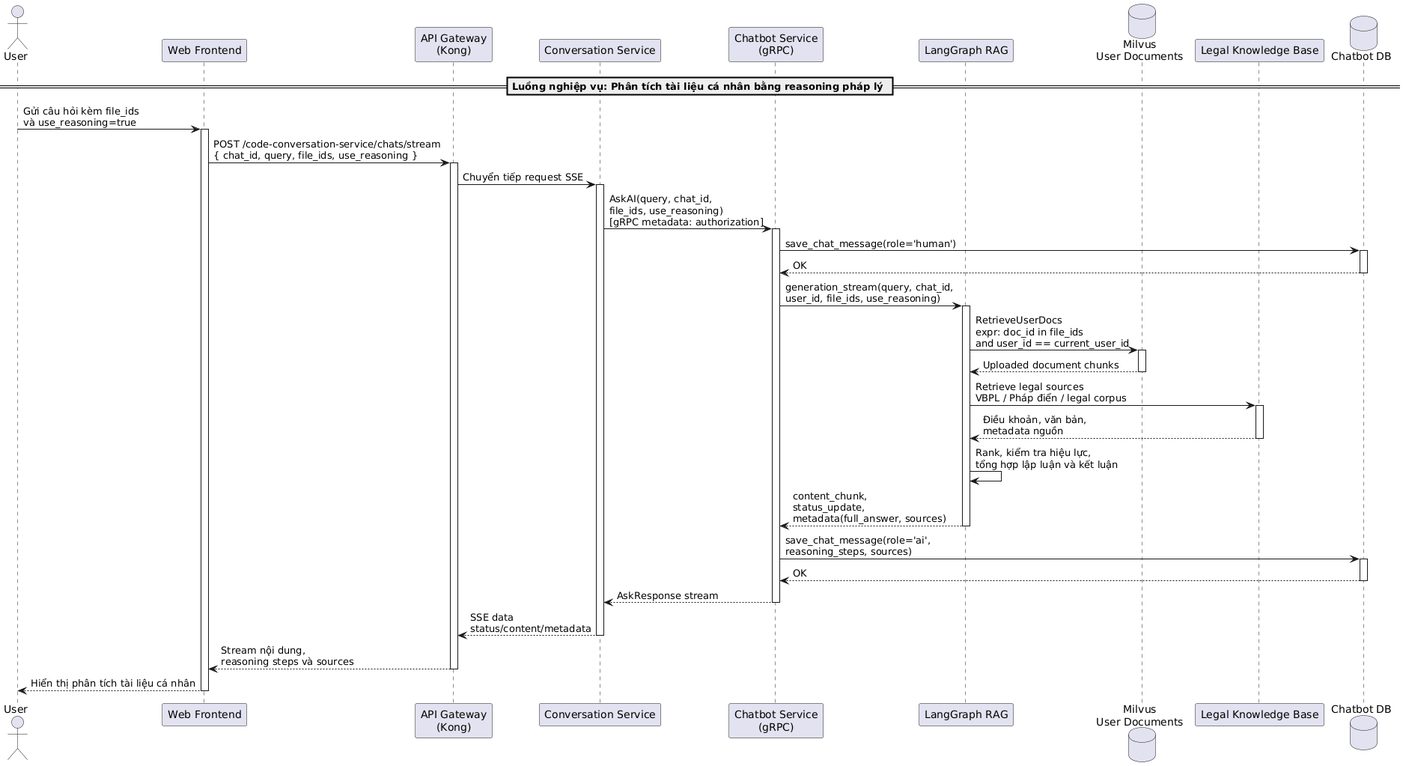
Before: latex/contents/Sequence/UML-Sequence-UserAnalyzePersonalDocumentRag.png, a diagram exported from PlantUML (20206205Tech/docs-latex).
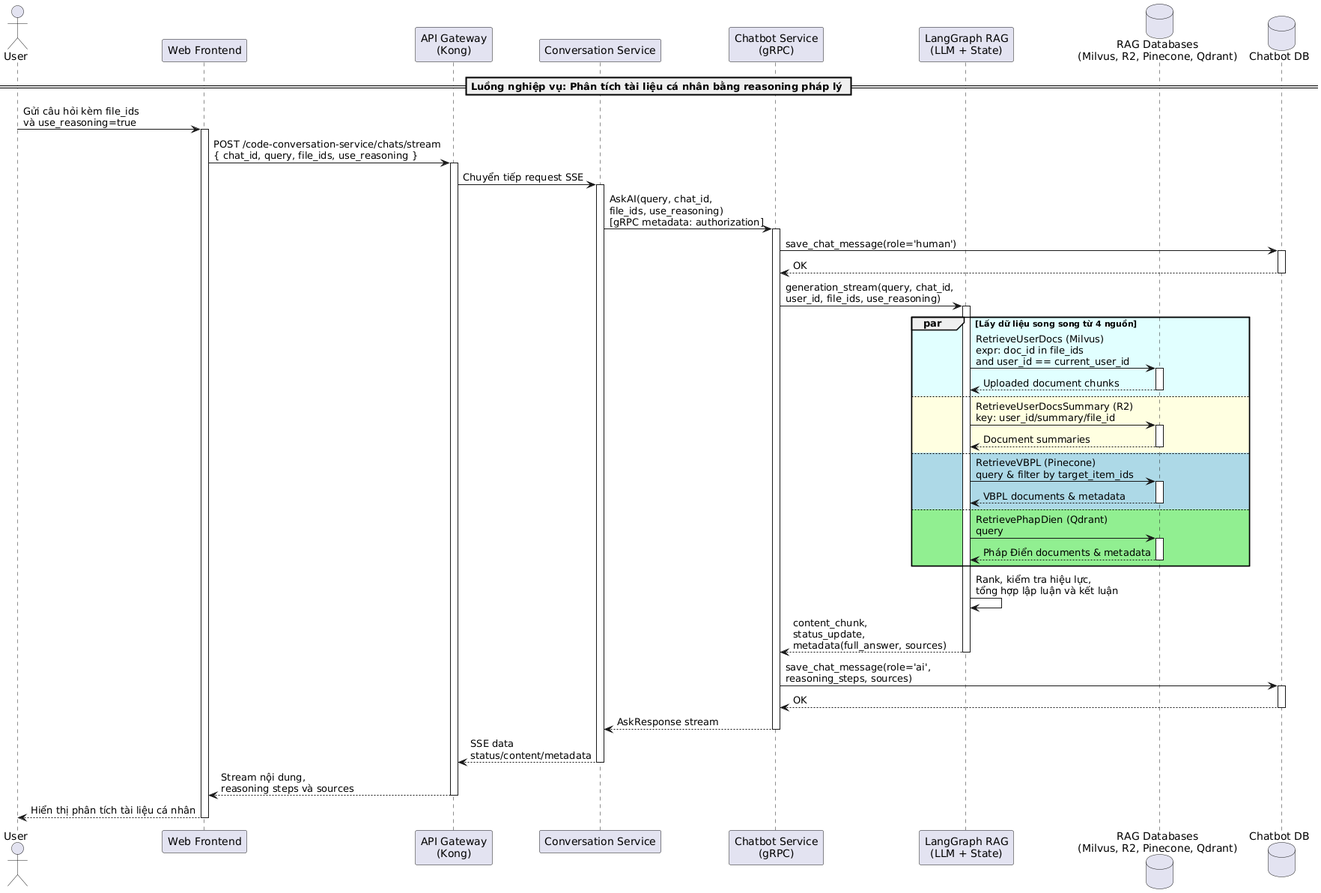
The same file after the commit.

The edit, as a diff of the source:
```diff
@@ -4,9 +4,8 @@
 participant "API Gateway\n(Kong)" as Kong
 participant "Conversation Service" as ConversationService
 participant "Chatbot Service\n(gRPC)" as ChatbotService
-participant "LangGraph RAG" as RAG
-database "Milvus\nUser Documents" as Milvus
-participant "Legal Knowledge Base" as LegalKB
+participant "LangGraph RAG\n(LLM + State)" as RAG
+database "RAG Databases\n(Milvus, R2, Pinecone, Qdrant)" as RAG_DBs
 database "Chatbot DB" as ChatbotDB
 
 == Luồng nghiệp vụ: Phân tích tài liệu cá nhân bằng reasoning pháp lý ==
@@ -30,15 +29,27 @@
 ChatbotService -> RAG: generation_stream(query, chat_id,\nuser_id, file_ids, use_reasoning)
 activate RAG
 
-RAG -> Milvus: RetrieveUserDocs\nexpr: doc_id in file_ids\nand user_id == current_user_id
-activate Milvus
-Milvus --> RAG: Uploaded document chunks
-deactivate Milvus
-
-RAG -> LegalKB: Retrieve legal sources\nVBPL / Pháp điển / legal corpus
-activate LegalKB
-LegalKB --> RAG: Điều khoản, văn bản,\nmetadata nguồn
-deactivate LegalKB
+par #LightCyan Lấy dữ liệu song song từ 4 nguồn
+    RAG -> RAG_DBs: RetrieveUserDocs (Milvus)\nexpr: doc_id in file_ids\nand user_id == current_user_id
+    activate RAG_DBs
+    RAG_DBs --> RAG: Uploaded document chunks
+    deactivate RAG_DBs
+else #LightYellow
+    RAG -> RAG_DBs: RetrieveUserDocsSummary (R2)\nkey: user_id/summary/file_id
+    activate RAG_DBs
+    RAG_DBs --> RAG: Document summaries
+    deactivate RAG_DBs
+else #LightBlue
+    RAG -> RAG_DBs: RetrieveVBPL (Pinecone)\nquery & filter by target_item_ids
+    activate RAG_DBs
+    RAG_DBs --> RAG: VBPL documents & metadata
+    deactivate RAG_DBs
+else #LightGreen
+    RAG -> RAG_DBs: RetrievePhapDien (Qdrant)\nquery
+    activate RAG_DBs
+    RAG_DBs --> RAG: Pháp Điển documents & metadata
+    deactivate RAG_DBs
+end
 
 RAG -> RAG: Rank, kiểm tra hiệu lực,\ntổng hợp lập luận và kết luận
 RAG --> ChatbotService: content_chunk,\nstatus_update,\nmetadata(full_answer, sources)
```
